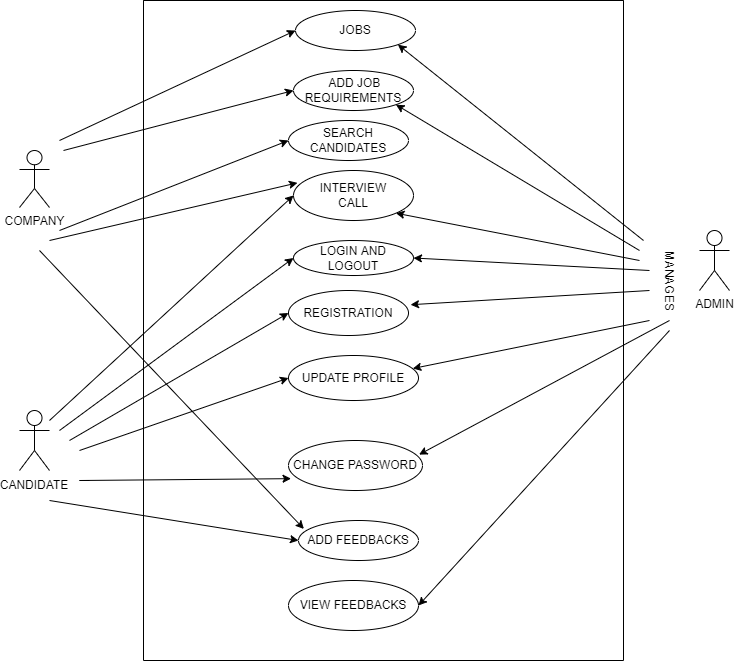
Before: DAY-9/src/QUESTION NUMBER -1/Use Case Diagram.drawio.png, a diagram exported from draw.io (sneha-2000/ust-prograd-training). Source tidied: cells renumbered, new cells last; positions are measured from the earlier drawing's top-left corner, leaving out a move shared by most shapes.
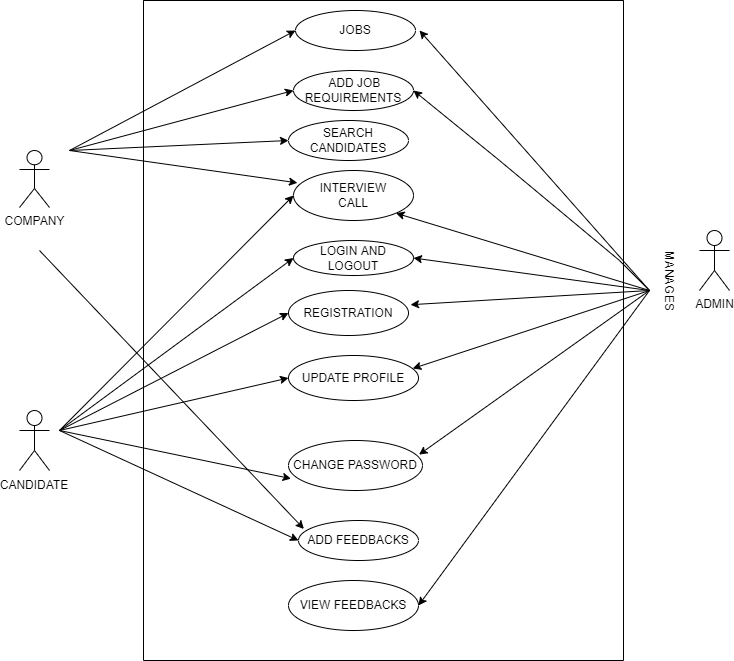
After the commit.

Change to the diagram source:
```diff
@@ -29,9 +29,10 @@
     <mxCell id="10" value="CHANGE PASSWORD" style="ellipse;whiteSpace=wrap;html=1;" parent="2" vertex="1">
       <mxGeometry x="145" y="440" width="134" height="50" as="geometry" />
     </mxCell>
-    <mxCell id="11" style="endArrow=classic;html=1;rounded=0;entryX=1;entryY=1;entryDx=0;entryDy=0;" parent="2" edge="1" target="8">
+    <mxCell id="11" style="endArrow=classic;html=1;rounded=0;" parent="2" edge="1">
       <mxGeometry relative="1" as="geometry">
-        <mxPoint x="500" y="240" as="sourcePoint" />
+        <mxPoint x="506" y="290" as="sourcePoint" />
+        <mxPoint x="276" y="30" as="targetPoint" />
       </mxGeometry>
     </mxCell>
     <mxCell id="12" value="SEARCH CANDIDATES" style="ellipse;whiteSpace=wrap;html=1;" parent="2" vertex="1">
@@ -42,7 +43,7 @@
     </mxCell>
     <mxCell id="14" style="endArrow=classic;html=1;rounded=0;entryX=0;entryY=0.5;entryDx=0;entryDy=0;" parent="2" edge="1" target="6">
       <mxGeometry relative="1" as="geometry">
-        <mxPoint x="-80" y="150" as="sourcePoint" />
+        <mxPoint x="-74" y="150" as="sourcePoint" />
       </mxGeometry>
     </mxCell>
     <mxCell id="15" value="VIEW FEEDBACKS" style="ellipse;whiteSpace=wrap;html=1;" parent="2" vertex="1">
@@ -62,7 +63,7 @@
     </mxCell>
     <mxCell id="20" style="endArrow=classic;html=1;rounded=0;entryX=0;entryY=0.5;entryDx=0;entryDy=0;" parent="1" edge="1" target="8">
       <mxGeometry relative="1" as="geometry">
-        <mxPoint x="55" y="140" as="sourcePoint" />
+        <mxPoint x="65" y="150" as="sourcePoint" />
       </mxGeometry>
     </mxCell>
     <mxCell id="21" style="endArrow=classic;html=1;rounded=0;entryX=0;entryY=0.5;entryDx=0;entryDy=0;" parent="1" edge="1" target="3">
@@ -72,7 +73,7 @@
     </mxCell>
     <mxCell id="22" style="endArrow=classic;html=1;rounded=0;entryX=0;entryY=0.5;entryDx=0;entryDy=0;" parent="1" edge="1" target="4">
       <mxGeometry relative="1" as="geometry">
-        <mxPoint x="65" y="440" as="sourcePoint" />
+        <mxPoint x="55" y="430" as="sourcePoint" />
       </mxGeometry>
     </mxCell>
     <mxCell id="23" value="&lt;span style=&quot;color: rgba(0 , 0 , 0 , 0) ; font-family: monospace ; font-size: 0px ; background-color: rgb(248 , 249 , 250)&quot;&gt;%3CmxGraphModel%3E%3Croot%3E%3CmxCell%20id%3D%220%22%2F%3E%3CmxCell%20id%3D%221%22%20parent%3D%220%22%2F%3E%3CmxCell%20id%3D%222%22%20value%3D%22%22%20style%3D%22endArrow%3Dclassic%3Bhtml%3D1%3Brounded%3D0%3BentryX%3D0%3BentryY%3D0.5%3BentryDx%3D0%3BentryDy%3D0%3B%22%20edge%3D%221%22%20parent%3D%221%22%3E%3CmxGeometry%20width%3D%2250%22%20height%3D%2250%22%20relative%3D%221%22%20as%3D%22geometry%22%3E%3CmxPoint%20x%3D%2290.00000000000011%22%20y%3D%22300%22%20as%3D%22sourcePoint%22%2F%3E%3CmxPoint%20x%3D%22284.00000000000136%22%20y%3D%22147.5%22%20as%3D%22targetPoint%22%2F%3E%3C%2FmxGeometry%3E%3C%2FmxCell%3E%3C%2Froot%3E%3C%2FmxGraphModel%3E&lt;/span&gt;" style="edgeLabel;html=1;align=center;verticalAlign=middle;" parent="22" vertex="1">
@@ -82,7 +83,7 @@
     </mxCell>
     <mxCell id="24" style="endArrow=classic;html=1;rounded=0;entryX=0;entryY=0.5;entryDx=0;entryDy=0;" parent="1" edge="1" target="5">
       <mxGeometry relative="1" as="geometry">
-        <mxPoint x="75" y="450" as="sourcePoint" />
+        <mxPoint x="55" y="430" as="sourcePoint" />
       </mxGeometry>
     </mxCell>
     <mxCell id="25" value="&lt;span style=&quot;color: rgba(0 , 0 , 0 , 0) ; font-family: monospace ; font-size: 0px ; background-color: rgb(248 , 249 , 250)&quot;&gt;%3CmxGraphModel%3E%3Croot%3E%3CmxCell%20id%3D%220%22%2F%3E%3CmxCell%20id%3D%221%22%20parent%3D%220%22%2F%3E%3CmxCell%20id%3D%222%22%20value%3D%22%22%20style%3D%22endArrow%3Dclassic%3Bhtml%3D1%3Brounded%3D0%3BentryX%3D0%3BentryY%3D0.5%3BentryDx%3D0%3BentryDy%3D0%3B%22%20edge%3D%221%22%20parent%3D%221%22%3E%3CmxGeometry%20width%3D%2250%22%20height%3D%2250%22%20relative%3D%221%22%20as%3D%22geometry%22%3E%3CmxPoint%20x%3D%2290.00000000000011%22%20y%3D%22300%22%20as%3D%22sourcePoint%22%2F%3E%3CmxPoint%20x%3D%22284.00000000000136%22%20y%3D%22147.5%22%20as%3D%22targetPoint%22%2F%3E%3C%2FmxGeometry%3E%3C%2FmxCell%3E%3C%2Froot%3E%3C%2FmxGraphModel%3E&lt;/span&gt;" style="edgeLabel;html=1;align=center;verticalAlign=middle;" parent="24" vertex="1">
@@ -97,33 +98,35 @@
     </mxCell>
     <mxCell id="27" style="endArrow=classic;html=1;rounded=0;entryX=1;entryY=0.5;entryDx=0;entryDy=0;" parent="1" edge="1" target="3">
       <mxGeometry relative="1" as="geometry">
-        <mxPoint x="645" y="270" as="sourcePoint" />
+        <mxPoint x="645" y="290" as="sourcePoint" />
       </mxGeometry>
     </mxCell>
     <mxCell id="28" style="endArrow=classic;html=1;rounded=0;entryX=0.956;entryY=0.289;entryDx=0;entryDy=0;entryPerimeter=0;" parent="1" edge="1" target="5">
       <mxGeometry relative="1" as="geometry">
-        <mxPoint x="645" y="320" as="sourcePoint" />
+        <mxPoint x="645" y="290" as="sourcePoint" />
       </mxGeometry>
     </mxCell>
-    <mxCell id="29" style="endArrow=classic;html=1;rounded=0;entryX=0;entryY=0.5;entryDx=0;entryDy=0;exitX=0.75;exitY=1;exitDx=0;exitDy=0;" parent="1" edge="1" source="19" target="9">
-      <mxGeometry relative="1" as="geometry" />
+    <mxCell id="29" style="endArrow=classic;html=1;rounded=0;entryX=0;entryY=0.5;entryDx=0;entryDy=0;" parent="1" edge="1" target="9">
+      <mxGeometry relative="1" as="geometry">
+        <mxPoint x="55" y="430" as="sourcePoint" />
+      </mxGeometry>
     </mxCell>
     <mxCell id="30" style="endArrow=classic;html=1;rounded=0;entryX=0;entryY=0.5;entryDx=0;entryDy=0;" parent="1" edge="1" target="12">
       <mxGeometry relative="1" as="geometry">
-        <mxPoint x="55" y="230" as="sourcePoint" />
+        <mxPoint x="65" y="150" as="sourcePoint" />
       </mxGeometry>
     </mxCell>
     <mxCell id="31" style="endArrow=classic;html=1;rounded=0;entryX=0.019;entryY=0.763;entryDx=0;entryDy=0;entryPerimeter=0;" parent="1" edge="1" target="10">
       <mxGeometry relative="1" as="geometry">
-        <mxPoint x="85" y="480" as="sourcePoint" />
+        <mxPoint x="55" y="430" as="sourcePoint" />
         <Array as="points">
-          <mxPoint x="75" y="480" />
+          <mxPoint x="55" y="430" />
         </Array>
       </mxGeometry>
     </mxCell>
     <mxCell id="32" style="endArrow=classic;html=1;rounded=0;entryX=0.974;entryY=0.283;entryDx=0;entryDy=0;entryPerimeter=0;" parent="1" edge="1" target="10">
       <mxGeometry relative="1" as="geometry">
-        <mxPoint x="665" y="320" as="sourcePoint" />
+        <mxPoint x="645" y="290" as="sourcePoint" />
       </mxGeometry>
     </mxCell>
     <mxCell id="33" style="endArrow=classic;html=1;rounded=0;entryX=0.045;entryY=0.211;entryDx=0;entryDy=0;entryPerimeter=0;" parent="1" edge="1" target="9">
@@ -133,30 +136,32 @@
     </mxCell>
     <mxCell id="34" style="endArrow=classic;html=1;rounded=0;entryX=1;entryY=1;entryDx=0;entryDy=0;" parent="1" edge="1" target="13">
       <mxGeometry relative="1" as="geometry">
-        <mxPoint x="635" y="260" as="sourcePoint" />
+        <mxPoint x="645" y="290" as="sourcePoint" />
       </mxGeometry>
     </mxCell>
     <mxCell id="35" style="endArrow=classic;html=1;rounded=0;entryX=0;entryY=0.5;entryDx=0;entryDy=0;" parent="1" edge="1" target="13">
       <mxGeometry relative="1" as="geometry">
-        <mxPoint x="45" y="420" as="sourcePoint" />
+        <mxPoint x="55" y="430" as="sourcePoint" />
       </mxGeometry>
     </mxCell>
     <mxCell id="36" style="endArrow=classic;html=1;rounded=0;entryX=0.033;entryY=0.247;entryDx=0;entryDy=0;entryPerimeter=0;" parent="1" edge="1" target="13">
       <mxGeometry relative="1" as="geometry">
-        <mxPoint x="45" y="240" as="sourcePoint" />
+        <mxPoint x="65" y="150" as="sourcePoint" />
       </mxGeometry>
     </mxCell>
-    <mxCell id="37" style="endArrow=classic;html=1;rounded=0;entryX=1;entryY=1;entryDx=0;entryDy=0;" parent="1" edge="1" target="6">
+    <mxCell id="37" style="endArrow=classic;html=1;rounded=0;entryX=1;entryY=0.5;entryDx=0;entryDy=0;" parent="1" edge="1" target="6">
       <mxGeometry relative="1" as="geometry">
-        <mxPoint x="635" y="250" as="sourcePoint" />
+        <mxPoint x="645" y="290" as="sourcePoint" />
         <Array as="points">
-          <mxPoint x="635" y="250" />
+          <mxPoint x="645" y="290" />
+          <mxPoint x="615" y="260" />
+          <mxPoint x="495" y="160" />
         </Array>
       </mxGeometry>
     </mxCell>
     <mxCell id="38" style="endArrow=classic;html=1;rounded=0;entryX=1;entryY=0.5;entryDx=0;entryDy=0;" parent="1" edge="1" target="15">
       <mxGeometry relative="1" as="geometry">
-        <mxPoint x="665" y="330" as="sourcePoint" />
+        <mxPoint x="645" y="290" as="sourcePoint" />
       </mxGeometry>
     </mxCell>
     <mxCell id="39" value="MANAGES" style="text;html=1;align=center;verticalAlign=middle;strokeColor=none;fillColor=none;rotation=90;" parent="1" vertex="1">
```
